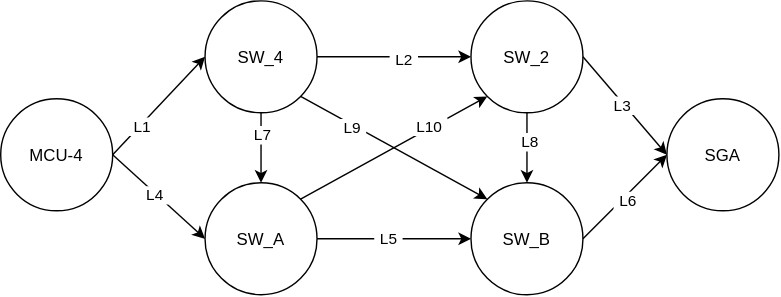
Before: Figs/unseen.svg, a diagram exported from draw.io (Fre-Ar/RSIS). Source tidied: cells renumbered, new cells last; positions are measured from the earlier drawing's top-left corner, leaving out a move shared by most shapes.
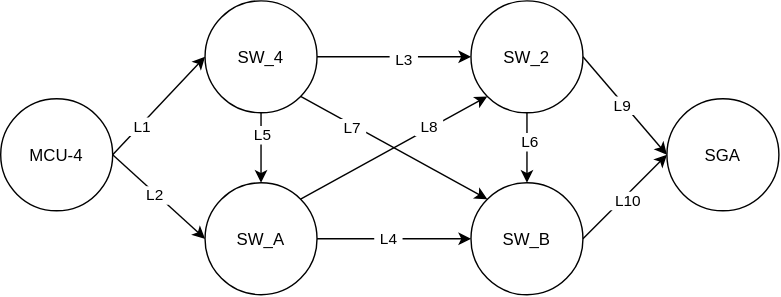
The same diagram one commit later.

What changed in the source:
```diff
@@ -26,25 +26,25 @@
     <mxCell id="9" style="endArrow=classic;html=1;rounded=0;defaultLabelBackgroundColor=page;labelPadding=0 4;exitX=1;exitY=0.5;exitDx=0;exitDy=0;entryX=0;entryY=0.5;entryDx=0;entryDy=0;" parent="1" edge="1" source="3" target="4">
       <mxGeometry relative="1" as="geometry" />
     </mxCell>
-    <mxCell id="10" value="L2" style="edgeLabel;html=1;align=center;verticalAlign=middle;inheritText=1;defaultLabelBackgroundColor=page;labelPadding=0 4;" parent="9" vertex="1">
+    <mxCell id="10" value="L3" style="edgeLabel;html=1;align=center;verticalAlign=middle;inheritText=1;defaultLabelBackgroundColor=page;labelPadding=0 4;" parent="9" vertex="1">
       <mxGeometry x="0.11" y="-1" relative="1" as="geometry" />
     </mxCell>
     <mxCell id="11" style="endArrow=classic;html=1;rounded=0;defaultLabelBackgroundColor=page;labelPadding=0 4;exitX=1;exitY=0.5;exitDx=0;exitDy=0;entryX=0;entryY=0.5;entryDx=0;entryDy=0;" parent="1" edge="1" source="4" target="6">
       <mxGeometry relative="1" as="geometry" />
     </mxCell>
-    <mxCell id="12" value="L3" style="edgeLabel;html=1;align=center;verticalAlign=middle;inheritText=1;defaultLabelBackgroundColor=page;labelPadding=0 4;" parent="11" vertex="1">
+    <mxCell id="12" value="L9" style="edgeLabel;html=1;align=center;verticalAlign=middle;inheritText=1;defaultLabelBackgroundColor=page;labelPadding=0 4;" parent="11" vertex="1">
       <mxGeometry x="-0.04" y="-2" relative="1" as="geometry" />
     </mxCell>
     <mxCell id="13" style="endArrow=classic;html=1;rounded=0;defaultLabelBackgroundColor=page;labelPadding=0 4;exitX=1;exitY=0.5;exitDx=0;exitDy=0;entryX=0;entryY=0.5;entryDx=0;entryDy=0;" parent="1" edge="1" source="5" target="6">
       <mxGeometry relative="1" as="geometry" />
     </mxCell>
-    <mxCell id="14" value="L6" style="edgeLabel;html=1;align=center;verticalAlign=middle;inheritText=1;defaultLabelBackgroundColor=page;labelPadding=0 4;" parent="13" vertex="1">
+    <mxCell id="14" value="L10" style="edgeLabel;html=1;align=center;verticalAlign=middle;inheritText=1;defaultLabelBackgroundColor=page;labelPadding=0 4;" parent="13" vertex="1">
       <mxGeometry x="-0.01" y="-3" relative="1" as="geometry" />
     </mxCell>
     <mxCell id="15" style="endArrow=classic;html=1;rounded=0;defaultLabelBackgroundColor=page;labelPadding=0 4;exitX=0.5;exitY=1;exitDx=0;exitDy=0;entryX=0.5;entryY=0;entryDx=0;entryDy=0;" parent="1" edge="1" source="3" target="17">
       <mxGeometry relative="1" as="geometry" />
     </mxCell>
-    <mxCell id="16" value="L7" style="edgeLabel;html=1;align=center;verticalAlign=middle;inheritText=1;defaultLabelBackgroundColor=page;labelPadding=0 4;" parent="15" vertex="1">
+    <mxCell id="16" value="L5" style="edgeLabel;html=1;align=center;verticalAlign=middle;inheritText=1;defaultLabelBackgroundColor=page;labelPadding=0 4;" parent="15" vertex="1">
       <mxGeometry x="-0.41" relative="1" as="geometry" />
     </mxCell>
     <mxCell id="17" value="SW_A" style="ellipse;whiteSpace=wrap;html=1;shapeInside=1;" parent="1" vertex="1">
@@ -53,25 +53,25 @@
     <mxCell id="18" style="endArrow=classic;html=1;rounded=0;defaultLabelBackgroundColor=page;labelPadding=0 4;exitX=1;exitY=0.5;exitDx=0;exitDy=0;entryX=0;entryY=0.5;entryDx=0;entryDy=0;" parent="1" edge="1" source="2" target="17">
       <mxGeometry relative="1" as="geometry" />
     </mxCell>
-    <mxCell id="19" value="L4" style="edgeLabel;html=1;align=center;verticalAlign=middle;inheritText=1;defaultLabelBackgroundColor=page;labelPadding=0 4;" parent="18" vertex="1">
+    <mxCell id="19" value="L2" style="edgeLabel;html=1;align=center;verticalAlign=middle;inheritText=1;defaultLabelBackgroundColor=page;labelPadding=0 4;" parent="18" vertex="1">
       <mxGeometry x="-0.07" y="-1" relative="1" as="geometry" />
     </mxCell>
     <mxCell id="20" style="endArrow=classic;html=1;rounded=0;defaultLabelBackgroundColor=page;labelPadding=0 4;exitX=1;exitY=0.5;exitDx=0;exitDy=0;entryX=0;entryY=0.5;entryDx=0;entryDy=0;" parent="1" edge="1" source="17" target="5">
       <mxGeometry relative="1" as="geometry" />
     </mxCell>
-    <mxCell id="21" value="L5" style="edgeLabel;html=1;align=center;verticalAlign=middle;inheritText=1;defaultLabelBackgroundColor=page;labelPadding=0 4;" parent="20" vertex="1">
+    <mxCell id="21" value="L4" style="edgeLabel;html=1;align=center;verticalAlign=middle;inheritText=1;defaultLabelBackgroundColor=page;labelPadding=0 4;" parent="20" vertex="1">
       <mxGeometry x="-0.1" y="1" relative="1" as="geometry" />
     </mxCell>
     <mxCell id="22" style="endArrow=classic;html=1;rounded=0;defaultLabelBackgroundColor=page;labelPadding=0 4;exitX=0.5;exitY=1;exitDx=0;exitDy=0;entryX=0.5;entryY=0;entryDx=0;entryDy=0;" parent="1" edge="1" source="4" target="5">
       <mxGeometry relative="1" as="geometry" />
     </mxCell>
-    <mxCell id="23" value="L8" style="edgeLabel;html=1;align=center;verticalAlign=middle;inheritText=1;defaultLabelBackgroundColor=page;labelPadding=0 4;" parent="22" vertex="1">
+    <mxCell id="23" value="L6" style="edgeLabel;html=1;align=center;verticalAlign=middle;inheritText=1;defaultLabelBackgroundColor=page;labelPadding=0 4;" parent="22" vertex="1">
       <mxGeometry x="-0.2" y="1" relative="1" as="geometry" />
     </mxCell>
     <mxCell id="24" style="endArrow=classic;html=1;rounded=0;defaultLabelBackgroundColor=page;labelPadding=0 4;exitX=1;exitY=0;exitDx=0;exitDy=0;entryX=0;entryY=1;entryDx=0;entryDy=0;" parent="1" edge="1" source="17" target="4">
       <mxGeometry relative="1" as="geometry" />
     </mxCell>
-    <mxCell id="25" value="L10" style="edgeLabel;html=1;align=center;verticalAlign=middle;inheritText=1;defaultLabelBackgroundColor=page;labelPadding=0 4;" parent="24" vertex="1">
+    <mxCell id="25" value="L8" style="edgeLabel;html=1;align=center;verticalAlign=middle;inheritText=1;defaultLabelBackgroundColor=page;labelPadding=0 4;" parent="24" vertex="1">
       <mxGeometry x="-0.26" y="-1" relative="1" as="geometry">
         <mxPoint x="42" y="-26" as="offset" />
       </mxGeometry>
@@ -79,7 +79,7 @@
     <mxCell id="26" style="endArrow=classic;html=1;rounded=0;defaultLabelBackgroundColor=page;labelPadding=0 4;exitX=1;exitY=1;exitDx=0;exitDy=0;entryX=0;entryY=0;entryDx=0;entryDy=0;" parent="1" edge="1" source="3" target="5">
       <mxGeometry relative="1" as="geometry" />
     </mxCell>
-    <mxCell id="27" value="L9" style="edgeLabel;html=1;align=center;verticalAlign=middle;inheritText=1;defaultLabelBackgroundColor=page;labelPadding=0 4;" parent="26" vertex="1">
+    <mxCell id="27" value="L7" style="edgeLabel;html=1;align=center;verticalAlign=middle;inheritText=1;defaultLabelBackgroundColor=page;labelPadding=0 4;" parent="26" vertex="1">
       <mxGeometry x="-0.44" y="-1" relative="1" as="geometry">
         <mxPoint y="1" as="offset" />
       </mxGeometry>
```
